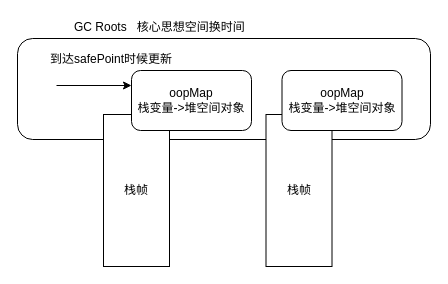
This is gc.drawio from MihirrajDixit/drawio, a draw.io file, before an edit. Source tidied: cells renumbered, new cells numbered last; positions are measured from the earlier drawing's top-left corner, leaving out a move shared by most shapes. Both pictures are drawn from the tidied source at 100%, with x=0, y=0 at pixel (17, 17).
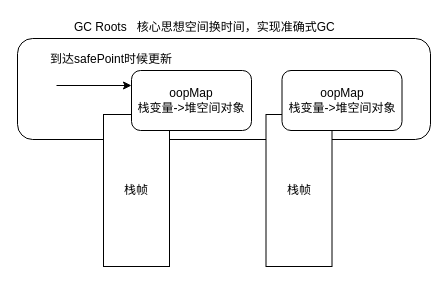
The same diagram, later.

Change to the diagram source:
```diff
@@
 <mxGraphModel>
   <root>
     <mxCell id="0" />
     <mxCell id="1" parent="0" />
     <mxCell id="2" style="rounded=1;whiteSpace=wrap;html=1;" parent="1" vertex="1">
       <mxGeometry y="21" width="413" height="101" as="geometry" />
     </mxCell>
     <mxCell id="3" value="栈帧" style="rounded=0;whiteSpace=wrap;html=1;" parent="1" vertex="1">
       <mxGeometry x="248.5" y="97" width="66" height="152" as="geometry" />
     </mxCell>
     <mxCell id="4" value="栈帧" style="rounded=0;whiteSpace=wrap;html=1;" parent="1" vertex="1">
       <mxGeometry x="86" y="97" width="66" height="152" as="geometry" />
     </mxCell>
     <mxCell id="5" value="oopMap&lt;br&gt;栈变量-&amp;gt;堆空间对象" style="rounded=1;whiteSpace=wrap;html=1;" parent="1" vertex="1">
       <mxGeometry x="114" y="53" width="120" height="60" as="geometry" />
     </mxCell>
     <mxCell id="6" style="endArrow=classic;html=1;" parent="1" edge="1">
       <mxGeometry relative="1" as="geometry">
         <mxPoint x="39" y="68" as="sourcePoint" />
         <mxPoint x="114" y="68" as="targetPoint" />
       </mxGeometry>
     </mxCell>
     <mxCell id="7" value="到达safePoint时候更新" style="text;html=1;align=left;verticalAlign=top;spacingTop=-4;" parent="1" vertex="1">
       <mxGeometry x="31" y="32" width="132" height="14" as="geometry" />
     </mxCell>
     <mxCell id="8" value="oopMap&lt;br&gt;栈变量-&amp;gt;堆空间对象" style="rounded=1;whiteSpace=wrap;html=1;" parent="1" vertex="1">
       <mxGeometry x="264.5" y="53" width="120" height="60" as="geometry" />
     </mxCell>
-    <mxCell id="9" value="GC Roots&amp;nbsp; &amp;nbsp;核心思想空间换时间" style="text;html=1;align=left;verticalAlign=top;spacingTop=-4;" parent="1" vertex="1">
-      <mxGeometry x="54.5" width="181" height="14" as="geometry" />
+    <mxCell id="9" value="GC Roots&amp;nbsp; &amp;nbsp;核心思想空间换时间，实现准确式GC" style="text;html=1;align=left;verticalAlign=top;spacingTop=-4;" parent="1" vertex="1">
+      <mxGeometry x="54.5" width="271" height="14" as="geometry" />
     </mxCell>
   </root>
 </mxGraphModel>
```
